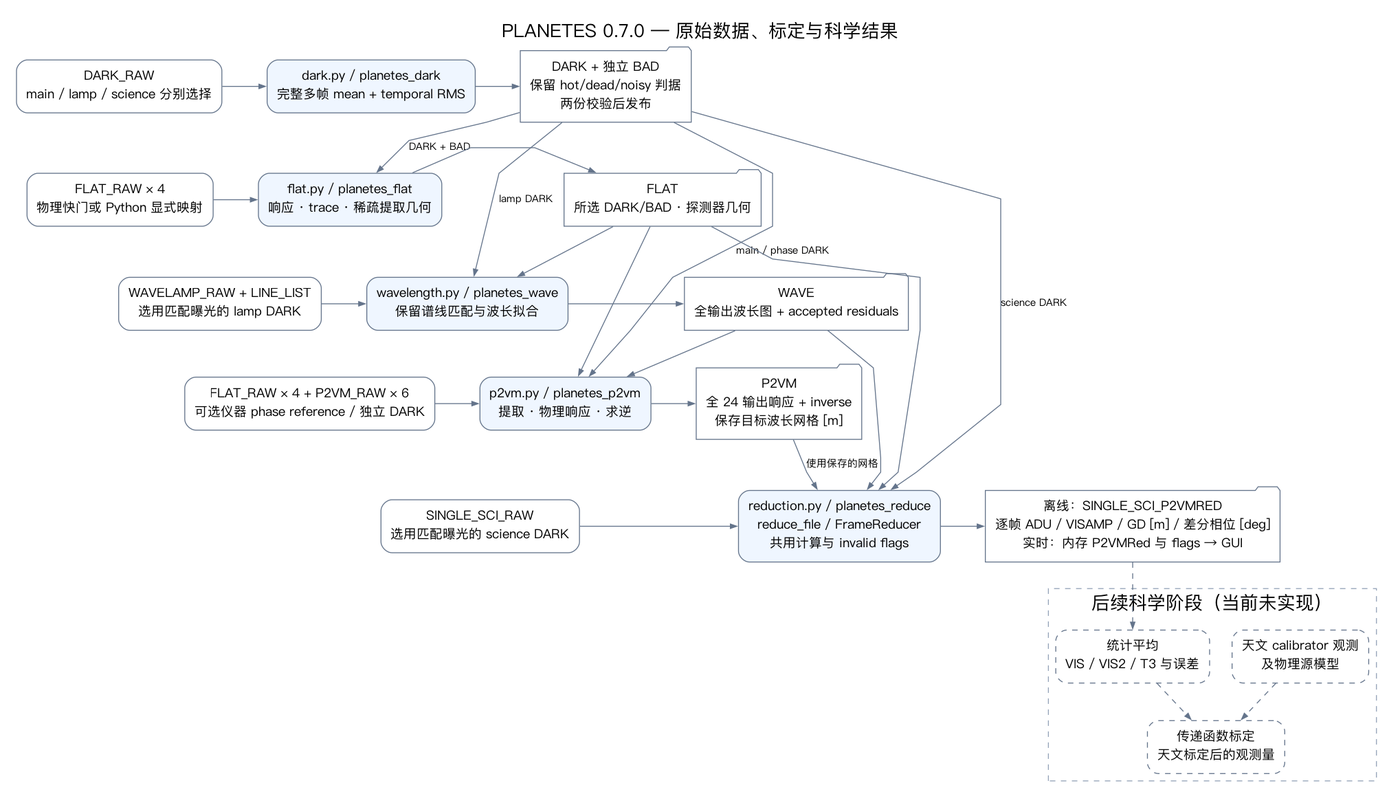
Before: docs/dataflow.png, a diagram exported from Graphviz (zexwu/planetes_pipe). Its source is kept beside it as docs/dataflow.dot.
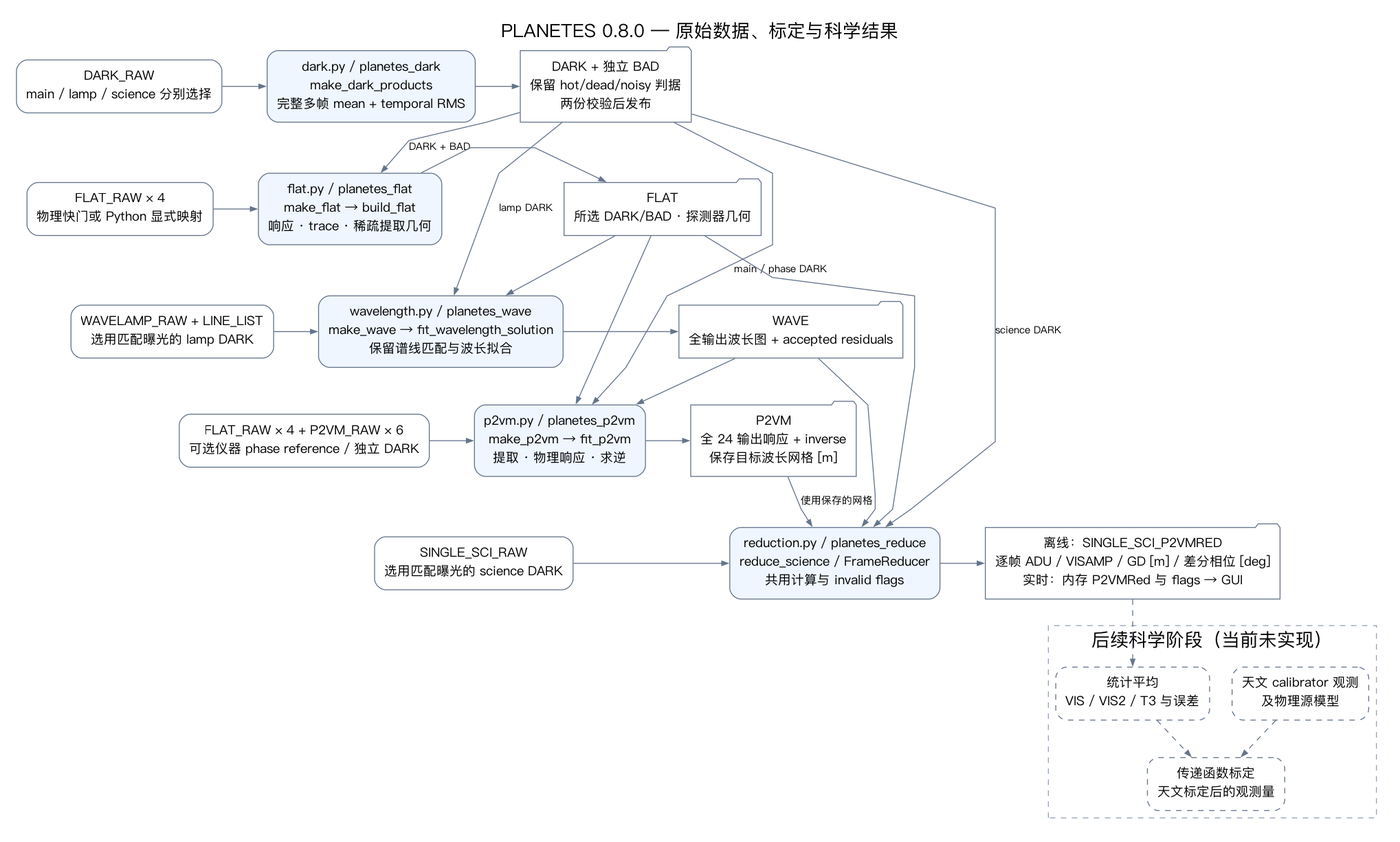
The same file after the commit.

What changed in the source:
```diff
@@ -1,21 +1,21 @@
 digraph Dataflow {
-  graph [rankdir=TB, bgcolor="white", pad=0.25, nodesep=0.35, ranksep=0.55, splines=polyline, fontname="PingFang SC", fontsize=20, label="PLANETES 0.7.0 — 原始数据、标定与科学结果", labelloc=t];
+  graph [rankdir=TB, bgcolor="white", pad=0.25, nodesep=0.35, ranksep=0.55, splines=polyline, fontname="PingFang SC", fontsize=20, label="PLANETES 0.8.0 — 原始数据、标定与科学结果", labelloc=t];
   node [shape=box, style="rounded", fontname="PingFang SC", fontsize=14, color="#64748b", margin="0.15,0.12"];
   edge [fontname="PingFang SC", fontsize=11, color="#64748b", arrowsize=0.7];
   rawdark [label="DARK_RAW\nmain / lamp / science 分别选择"];
-  dark [label="dark.py / planetes_dark\n完整多帧 mean + temporal RMS", style="rounded,filled", fillcolor="#eff6ff"];
+  dark [label="dark.py / planetes_dark\nmake_dark_products\n完整多帧 mean + temporal RMS", style="rounded,filled", fillcolor="#eff6ff"];
   darkfits [label="DARK + 独立 BAD\n保留 hot/dead/noisy 判据\n两份校验后发布", shape=folder];
   rawflat [label="FLAT_RAW × 4\n物理快门或 Python 显式映射"];
-  flat [label="flat.py / planetes_flat\n响应 · trace · 稀疏提取几何", style="rounded,filled", fillcolor="#eff6ff"];
+  flat [label="flat.py / planetes_flat\nmake_flat → build_flat\n响应 · trace · 稀疏提取几何", style="rounded,filled", fillcolor="#eff6ff"];
   flatfits [label="FLAT\n所选 DARK/BAD · 探测器几何", shape=folder];
   rawwave [label="WAVELAMP_RAW + LINE_LIST\n选用匹配曝光的 lamp DARK"];
-  wave [label="wavelength.py / planetes_wave\n保留谱线匹配与波长拟合", style="rounded,filled", fillcolor="#eff6ff"];
+  wave [label="wavelength.py / planetes_wave\nmake_wave → fit_wavelength_solution\n保留谱线匹配与波长拟合", style="rounded,filled", fillcolor="#eff6ff"];
   wavefits [label="WAVE\n全输出波长图 + accepted residuals", shape=folder];
   rawp2vm [label="FLAT_RAW × 4 + P2VM_RAW × 6\n可选仪器 phase reference / 独立 DARK"];
-  p2vm [label="p2vm.py / planetes_p2vm\n提取 · 物理响应 · 求逆", style="rounded,filled", fillcolor="#eff6ff"];
+  p2vm [label="p2vm.py / planetes_p2vm\nmake_p2vm → fit_p2vm\n提取 · 物理响应 · 求逆", style="rounded,filled", fillcolor="#eff6ff"];
   p2vmfits [label="P2VM\n全 24 输出响应 + inverse\n保存目标波长网格 [m]", shape=folder];
   rawscience [label="SINGLE_SCI_RAW\n选用匹配曝光的 science DARK"];
-  science [label="reduction.py / planetes_reduce\nreduce_file / FrameReducer\n共用计算与 invalid flags", style="rounded,filled", fillcolor="#eff6ff"];
+  science [label="reduction.py / planetes_reduce\nreduce_science / FrameReducer\n共用计算与 invalid flags", style="rounded,filled", fillcolor="#eff6ff"];
   results [label="离线：SINGLE_SCI_P2VMRED\n逐帧 ADU / VISAMP / GD [m] / 差分相位 [deg]\n实时：内存 P2VMRed 与 flags → GUI", shape=folder];
   {rank=same; rawdark; dark; darkfits;}
   {rank=same; rawflat; flat; flatfits;}
```
